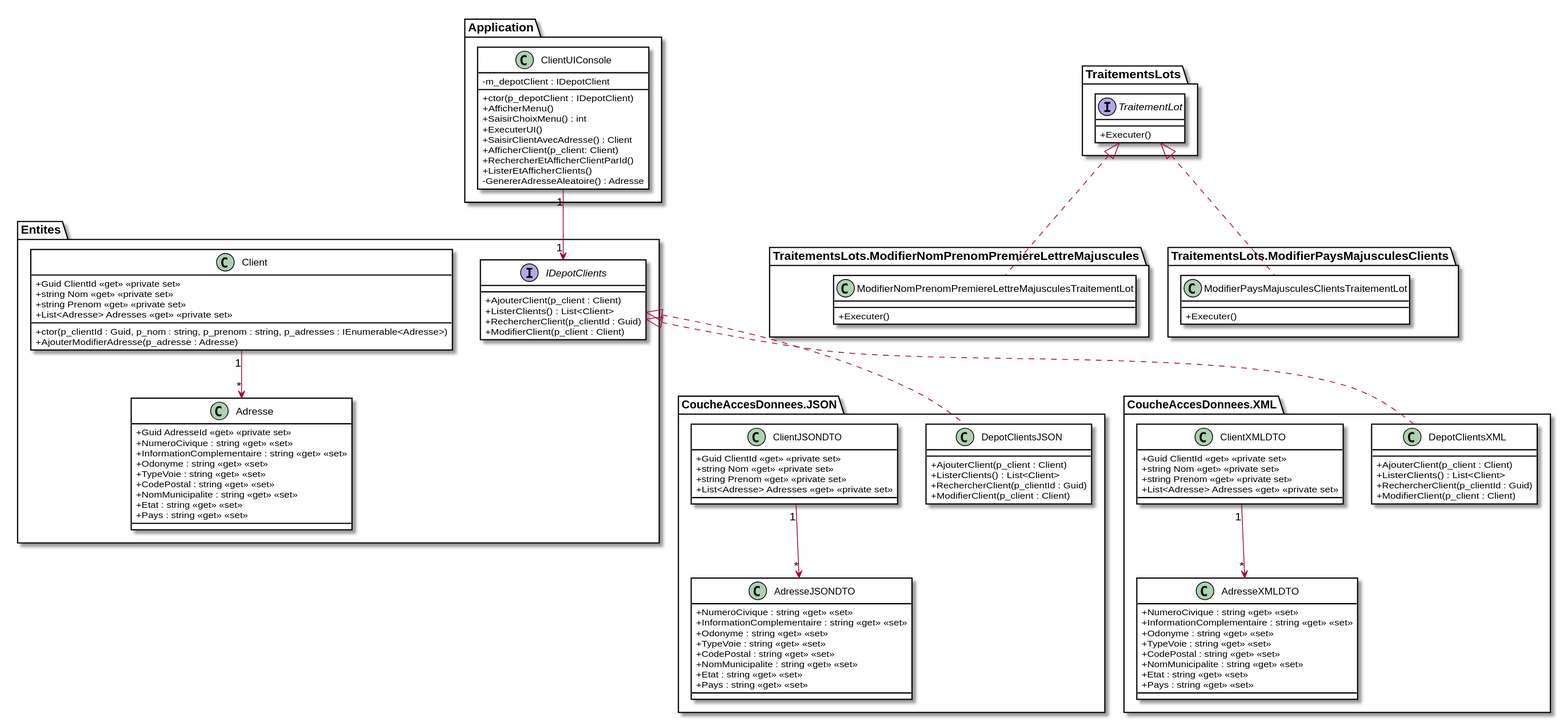
This is images/Module06_Formats_Echanges/diag/src/DiagExerciceClients/DiagClassesClients.svg from PiFou86/420-W30-SF, a PlantUML export, as it was before one commit.
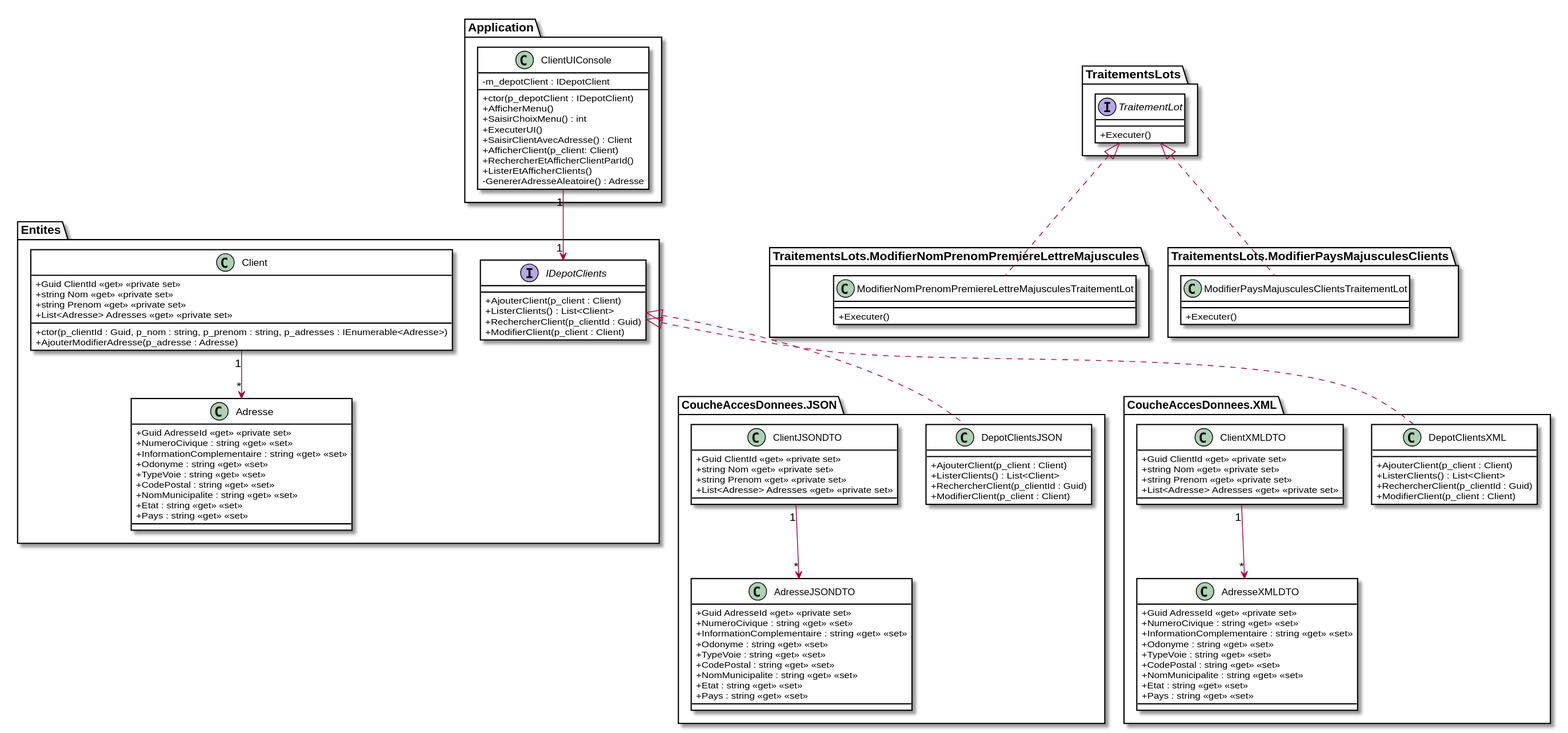
The same diagram one commit later.

The edit, as a diff of the source:
```diff
@@ -51,6 +51,7 @@
     }
 
     class AdresseJSONDTO {
+        + Guid AdresseId <<get>> <<private set>>
         + NumeroCivique : string <<get>> <<set>>
         + InformationComplementaire : string <<get>> <<set>>
         + Odonyme : string <<get>> <<set>>
@@ -88,6 +89,7 @@
     }
 
     class AdresseXMLDTO {
+        + Guid AdresseId <<get>> <<private set>>
         + NumeroCivique : string <<get>> <<set>>
         + InformationComplementaire : string <<get>> <<set>>
         + Odonyme : string <<get>> <<set>>
```
